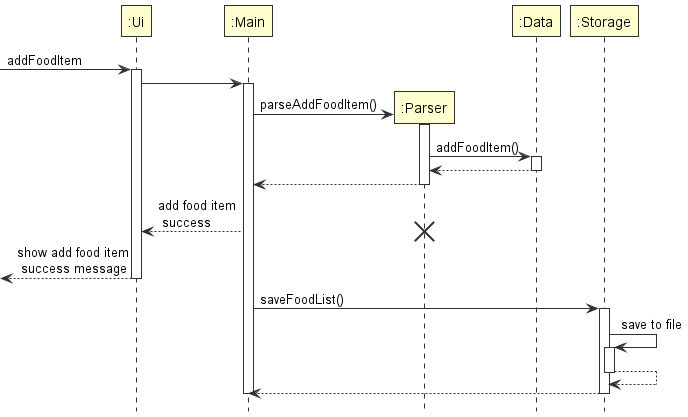
Above: docs/images/Architecture.png in tryyang2001/tp (PlantUML), before the change. Its diagram source:
```plantuml
@startuml
!include style.puml
hide footbox

participant ":Ui" as ui
-> ui ++ : addFoodItem
participant ":Main" as main
ui -> main ++
create ":Parser" as parser
main -> parser ++  : parseAddFoodItem()
participant ":Data" as itemlist
parser -> itemlist ++ : addFoodItem()
itemlist --> parser -- :
parser --> main --
main --> ui : add food item\n success
destroy parser
<--- ui -- : show add food item\n success message
participant ":Storage" as storage
main -> storage ++ : saveFoodList()
storage -> storage ++ : save to file
storage --> storage --
storage --> main --
main --

@enduml
```
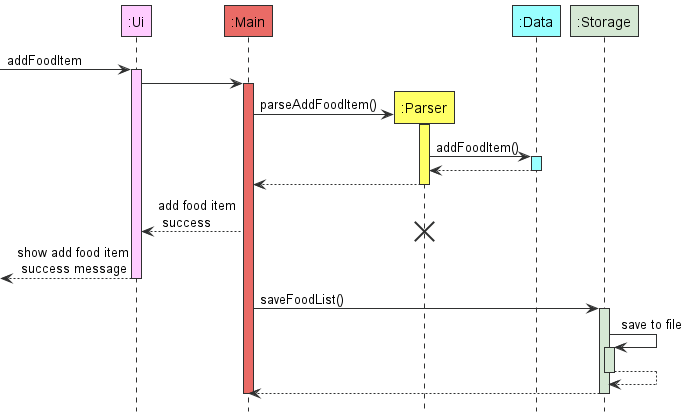
Above is the later version.

The edit, as a diff of the source:
```diff
@@ -2,22 +2,22 @@
 !include style.puml
 hide footbox
 
-participant ":Ui" as ui
--> ui ++ : addFoodItem
-participant ":Main" as main
-ui -> main ++
-create ":Parser" as parser
-main -> parser ++  : parseAddFoodItem()
-participant ":Data" as itemlist
-parser -> itemlist ++ : addFoodItem()
-itemlist --> parser -- :
+participant ":Ui" as ui UI_COLOUR
+-> ui ++ UI_COLOUR : addFoodItem
+participant ":Main" as main MAIN_COLOUR
+ui -> main ++MAIN_COLOUR
+create ":Parser" as parser LOGIC_COLOUR
+main -> parser ++ LOGIC_COLOUR : parseAddFoodItem()
+participant ":Data" as itemlist DATA_COLOUR
+parser -> itemlist ++ DATA_COLOUR : addFoodItem()
+itemlist --> parser --  :
 parser --> main --
 main --> ui : add food item\n success
 destroy parser
 <--- ui -- : show add food item\n success message
-participant ":Storage" as storage
-main -> storage ++ : saveFoodList()
-storage -> storage ++ : save to file
+participant ":Storage" as storage STORAGE_COLOUR
+main -> storage ++ STORAGE_COLOUR: saveFoodList()
+storage -> storage ++ STORAGE_COLOUR: save to file
 storage --> storage --
 storage --> main --
 main --
```
